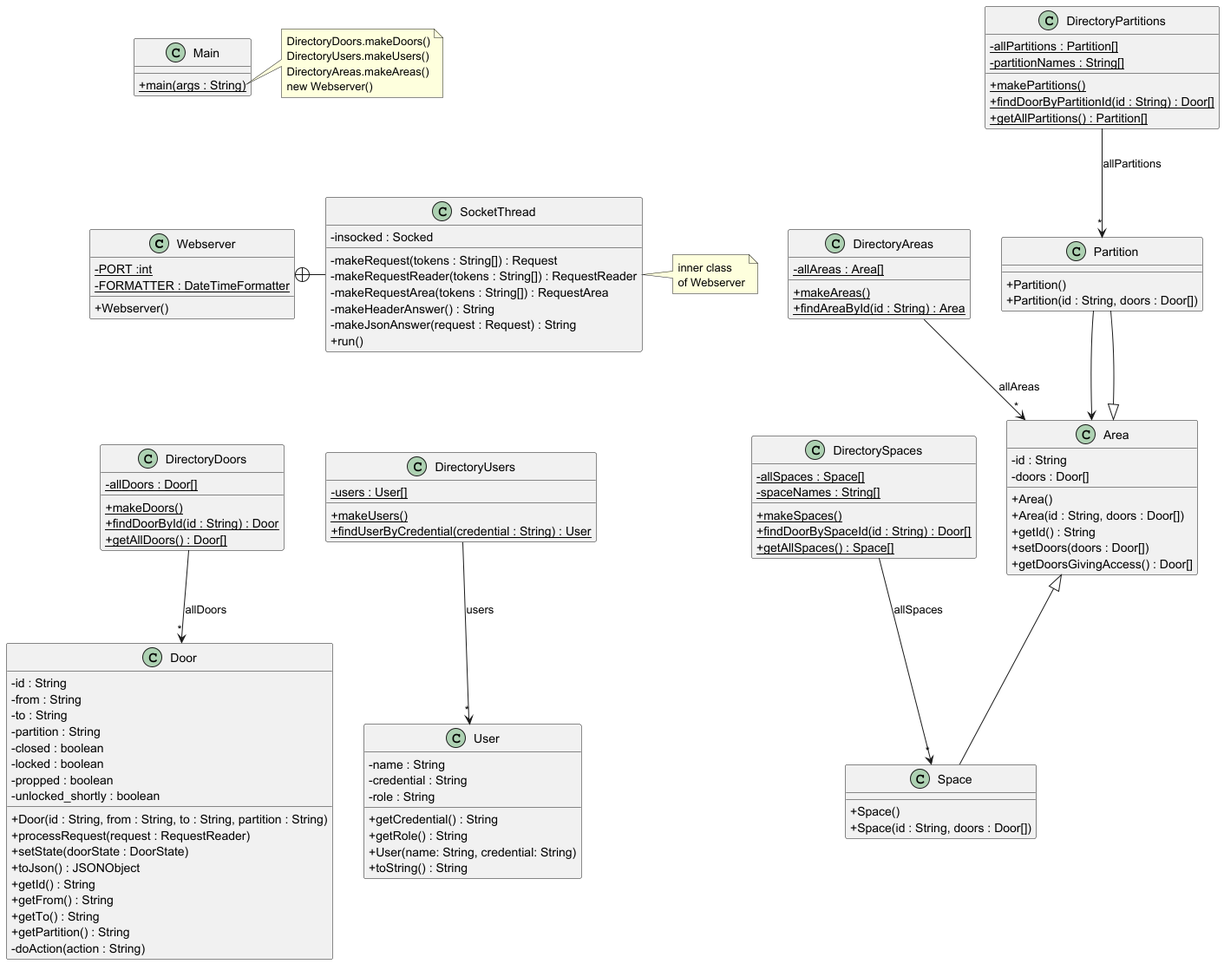
Above: src/baseNoStates/uml/base_no_states.png in davidal15/Projecte-DS (PlantUML), before the change.
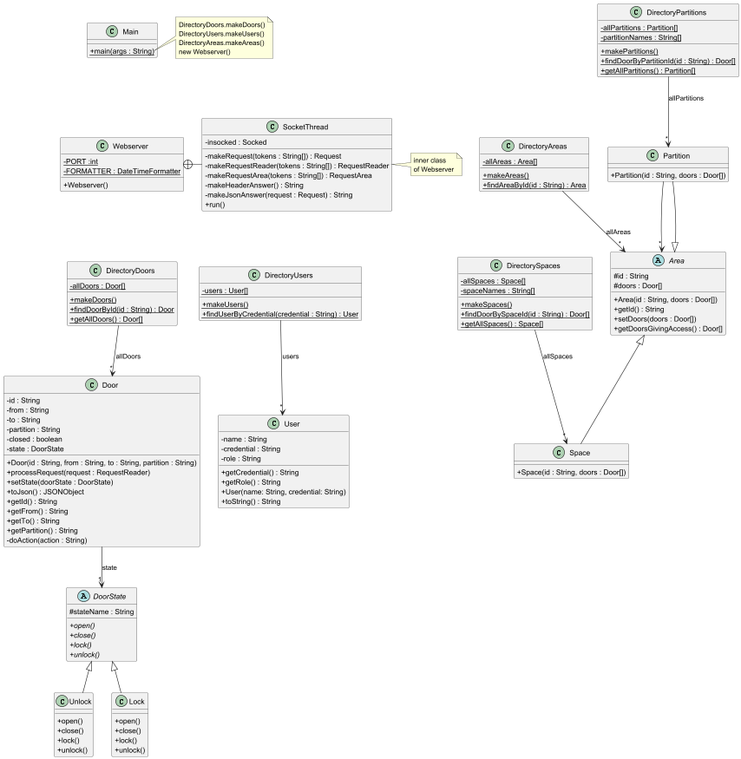
The same file after the commit.

Commit message:
2.2 UML actualitzat

Diff of the diagram source:
```diff
@@ -32,7 +32,7 @@
 }
 
 DirectoryDoors --> "*" Door : "allDoors"
-Partition --> Area
+Partition --> "*" Area
 
 class DirectoryUsers {
 - {static} users : User[]
@@ -79,9 +79,7 @@
 - to : String
 - partition : String
 - closed : boolean
-- locked : boolean
-- propped : boolean
-- unlocked_shortly : boolean
+- state : DoorState
 + Door(id : String, from : String, to : String, partition : String)
 + processRequest(request : RequestReader)
 + setState(doorState : DoorState)
@@ -93,7 +91,29 @@
 - doAction(action : String)
 }
 
+abstract class DoorState {
+# stateName : String
++ {abstract} open()
++ {abstract} close()
++ {abstract} lock()
++ {abstract} unlock()
+}
 
+Door --> "1" DoorState : state
+
+class Unlock extends DoorState {
++ open()
++ close()
++ lock()
++ unlock()
+}
+
+class Lock extends DoorState {
++ open()
++ close()
++ lock()
++ unlock()
+}
 class User {
 - name : String
 - credential : String
@@ -104,28 +124,23 @@
 + toString() : String
 }
 
-class Space {
-+ Space()
+class Space extends Area{
 + Space(id : String, doors : Door[])
 }
 
-class Partition {
-+ Partition()
+class Partition extends Area{
 + Partition(id : String, doors : Door[])
 }
 
-class Area {
-- id : String
-- doors : Door[]
-+ Area()
+abstract class Area {
+# id : String
+# doors : Door[]
 + Area(id : String, doors : Door[])
 + getId() : String
 + setDoors(doors : Door[])
 + getDoorsGivingAccess() : Door[]
 }
 
-Area <|-- Space
-Area <|-- Partition
 
 class Main {
 + {static} main(args : String)
```
